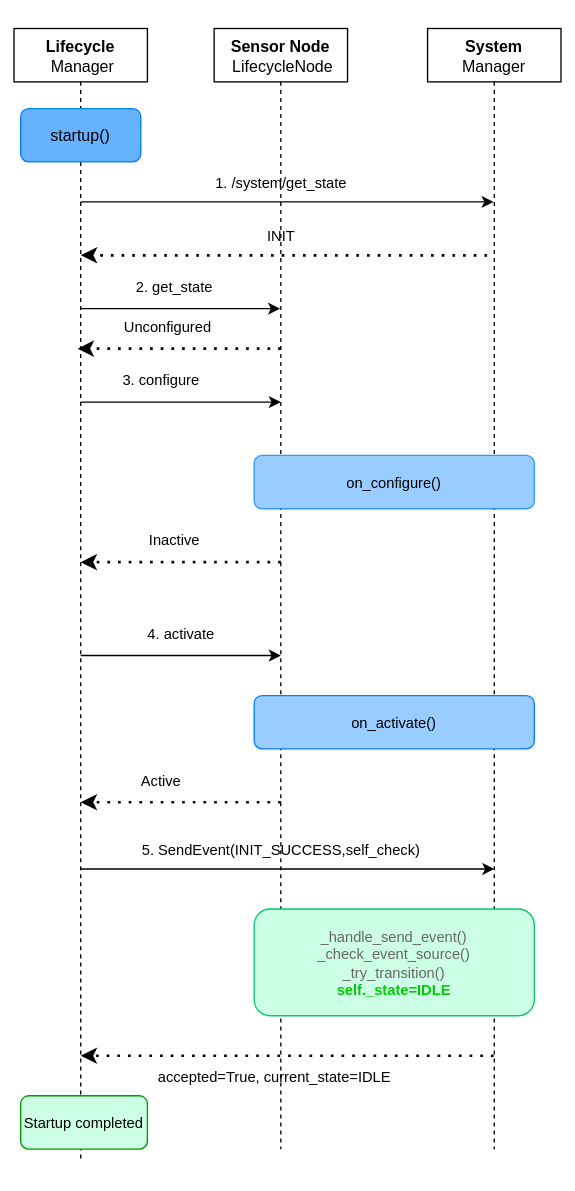
The draw.io diagram ROS2机器人基础框架/Step4-node.svg in HashWaney/ROS_Document, before a commit. Source tidied: cells renumbered, new cells last; positions are measured from the earlier drawing's top-left corner, leaving out a move shared by most shapes.
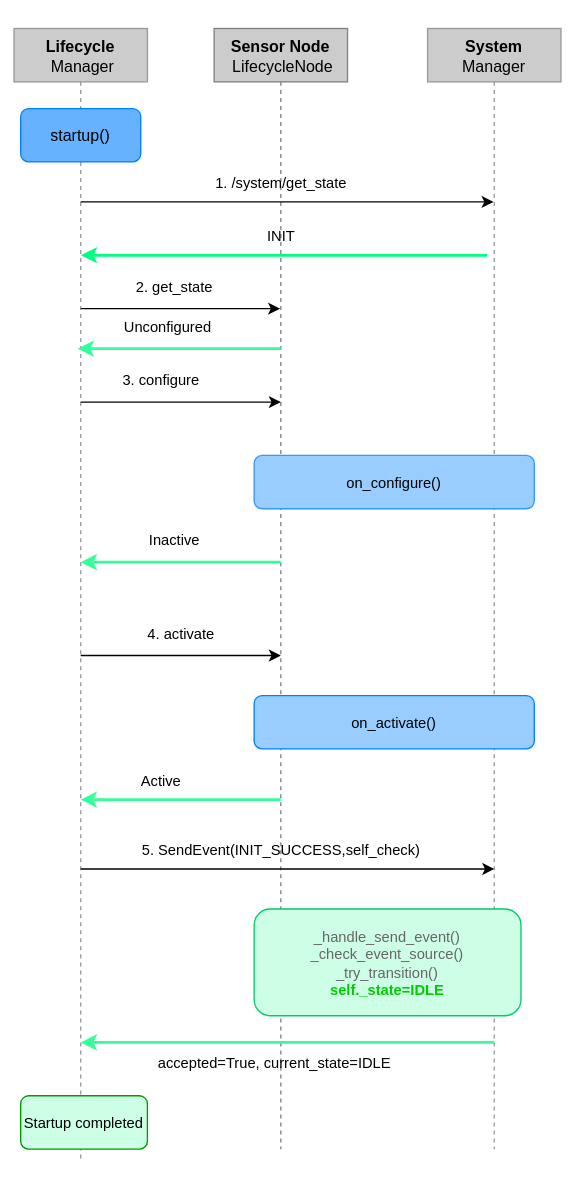
After the change.

Commit message:
vault backup: 2026-11-25 17:14:06

What changed in the source:
```diff
@@ -2,13 +2,13 @@
   <root>
     <mxCell id="0" />
     <mxCell id="1" parent="0" />
-    <mxCell id="2" value="&lt;b&gt;Lifecycle&lt;/b&gt;&lt;br&gt;&amp;nbsp;Manager" style="shape=umlLifeline;perimeter=lifelinePerimeter;whiteSpace=wrap;html=1;outlineConnect=0;portConstraint=eastwest;newEdgeStyle={&quot;curved&quot;:0,&quot;rounded&quot;:0};" parent="1" vertex="1">
+    <mxCell id="2" value="&lt;b&gt;Lifecycle&lt;/b&gt;&lt;br&gt;&amp;nbsp;Manager" style="shape=umlLifeline;perimeter=lifelinePerimeter;whiteSpace=wrap;html=1;outlineConnect=0;portConstraint=eastwest;newEdgeStyle={&quot;curved&quot;:0,&quot;rounded&quot;:0};fillColor=#CCCCCC;strokeColor=#999999;" parent="1" vertex="1">
       <mxGeometry width="100" height="850" as="geometry" />
     </mxCell>
-    <mxCell id="3" value="&lt;b&gt;Sensor Node&lt;/b&gt;&lt;br&gt;&amp;nbsp;LifecycleNode" style="shape=umlLifeline;perimeter=lifelinePerimeter;whiteSpace=wrap;html=1;outlineConnect=0;portConstraint=eastwest;newEdgeStyle={&quot;curved&quot;:0,&quot;rounded&quot;:0};" parent="1" vertex="1">
+    <mxCell id="3" value="&lt;b&gt;Sensor Node&lt;/b&gt;&lt;br&gt;&amp;nbsp;LifecycleNode" style="shape=umlLifeline;perimeter=lifelinePerimeter;whiteSpace=wrap;html=1;outlineConnect=0;portConstraint=eastwest;newEdgeStyle={&quot;curved&quot;:0,&quot;rounded&quot;:0};fillColor=#CCCCCC;strokeColor=#808080;" parent="1" vertex="1">
       <mxGeometry x="150" width="100" height="840" as="geometry" />
     </mxCell>
-    <mxCell id="4" value="&lt;b&gt;System&lt;/b&gt;&lt;br&gt;Manager" style="shape=umlLifeline;perimeter=lifelinePerimeter;whiteSpace=wrap;html=1;outlineConnect=0;portConstraint=eastwest;newEdgeStyle={&quot;curved&quot;:0,&quot;rounded&quot;:0};" parent="1" vertex="1">
+    <mxCell id="4" value="&lt;b&gt;System&lt;/b&gt;&lt;br&gt;Manager" style="shape=umlLifeline;perimeter=lifelinePerimeter;whiteSpace=wrap;html=1;outlineConnect=0;portConstraint=eastwest;newEdgeStyle={&quot;curved&quot;:0,&quot;rounded&quot;:0};fillColor=#CCCCCC;strokeColor=#999999;" parent="1" vertex="1">
       <mxGeometry x="310" width="100" height="840" as="geometry" />
     </mxCell>
     <mxCell id="5" value="startup()" style="rounded=1;whiteSpace=wrap;html=1;strokeColor=#007FFF;fillColor=#66B2FF;" parent="1" vertex="1">
@@ -19,7 +19,7 @@
         <mxPoint x="50" y="130" as="sourcePoint" />
       </mxGeometry>
     </mxCell>
-    <mxCell id="7" style="endArrow=classic;dashed=1;html=1;dashPattern=1 3;strokeWidth=2;" parent="1" edge="1" target="2">
+    <mxCell id="7" style="endArrow=classic;dashed=3;html=1;dashPattern=1 3;strokeWidth=2;strokeColor=#00FF80;" parent="1" edge="1" target="2">
       <mxGeometry relative="1" as="geometry">
         <mxPoint x="354.6" y="170" as="sourcePoint" />
       </mxGeometry>
@@ -40,7 +40,7 @@
     <mxCell id="11" value="1. /system/get_state" style="text;html=1;align=center;verticalAlign=middle;strokeColor=none;fillColor=none;fontSize=11;fontFamily=Helvetica;fontColor=default;" parent="1" vertex="1">
       <mxGeometry x="140" y="100" width="120" height="30" as="geometry" />
     </mxCell>
-    <mxCell id="12" style="endArrow=classic;dashed=1;html=1;dashPattern=1 3;strokeWidth=2;" parent="1" edge="1">
+    <mxCell id="12" style="endArrow=classic;dashed=2;html=1;dashPattern=1 3;strokeWidth=2;strokeColor=#33FF99;" parent="1" edge="1">
       <mxGeometry relative="1" as="geometry">
         <mxPoint x="200" y="240" as="sourcePoint" />
         <mxPoint x="47.7" y="240" as="targetPoint" />
@@ -64,7 +64,7 @@
     <mxCell id="16" value="on_configure()" style="rounded=1;whiteSpace=wrap;html=1;fontFamily=Helvetica;fontSize=11;fontColor=default;fillColor=#99CCFF;strokeColor=#3399FF;" parent="1" vertex="1">
       <mxGeometry x="180" y="320" width="210" height="40" as="geometry" />
     </mxCell>
-    <mxCell id="17" style="endArrow=classic;dashed=1;html=1;dashPattern=1 3;strokeWidth=2;" parent="1" edge="1">
+    <mxCell id="17" style="endArrow=classic;dashed=3;html=1;dashPattern=1 3;strokeWidth=2;strokeColor=#33FF99;" parent="1" edge="1">
       <mxGeometry relative="1" as="geometry">
         <mxPoint x="200" y="400" as="sourcePoint" />
         <mxPoint x="50" y="400" as="targetPoint" />
@@ -88,12 +88,6 @@
     <mxCell id="21" value="on_activate()" style="rounded=1;whiteSpace=wrap;html=1;fontFamily=Helvetica;fontSize=11;fontColor=default;fillColor=#99CCFF;strokeColor=#007FFF;" parent="1" vertex="1">
       <mxGeometry x="180" y="500" width="210" height="40" as="geometry" />
     </mxCell>
-    <mxCell id="22" style="endArrow=classic;dashed=1;html=1;dashPattern=1 3;strokeWidth=2;" parent="1" edge="1">
-      <mxGeometry relative="1" as="geometry">
-        <mxPoint x="200" y="580" as="sourcePoint" />
-        <mxPoint x="50" y="580" as="targetPoint" />
-      </mxGeometry>
-    </mxCell>
     <mxCell id="23" value="Active" style="text;html=1;align=center;verticalAlign=middle;strokeColor=none;fillColor=none;fontSize=11;fontFamily=Helvetica;fontColor=default;" parent="1" vertex="1">
       <mxGeometry x="85" y="548" width="50" height="30" as="geometry" />
     </mxCell>
@@ -107,18 +101,25 @@
       <mxGeometry x="85" y="600" width="230" height="30" as="geometry" />
     </mxCell>
     <mxCell id="26" value="&lt;font color=&quot;#666666&quot;&gt;_handle_send_event()&lt;br&gt;_check_event_source()&lt;br&gt;_try_transition()&lt;/font&gt;&lt;br&gt;&lt;b style=&quot;&quot;&gt;&lt;font color=&quot;#00cc00&quot;&gt;self._state=IDLE&lt;/font&gt;&lt;/b&gt;" style="rounded=1;whiteSpace=wrap;html=1;fontFamily=Helvetica;fontSize=11;fontColor=default;fillColor=#CCFFE6;strokeColor=#00CC66;" parent="1" vertex="1">
-      <mxGeometry x="180" y="660" width="210" height="80" as="geometry" />
+      <mxGeometry x="180" y="660" width="200" height="80" as="geometry" />
     </mxCell>
-    <mxCell id="27" style="endArrow=classic;dashed=1;html=1;dashPattern=1 3;strokeWidth=2;" parent="1" edge="1" source="4">
-      <mxGeometry relative="1" as="geometry">
-        <mxPoint x="50" y="770" as="targetPoint" />
-      </mxGeometry>
-    </mxCell>
     <mxCell id="28" value="accepted=True, current_state=IDLE" style="text;html=1;align=center;verticalAlign=middle;strokeColor=none;fillColor=none;fontSize=11;fontFamily=Helvetica;fontColor=default;" parent="1" vertex="1">
-      <mxGeometry x="95" y="770" width="200" height="30" as="geometry" />
+      <mxGeometry x="95" y="760" width="200" height="30" as="geometry" />
     </mxCell>
     <mxCell id="29" value="Startup completed" style="rounded=1;whiteSpace=wrap;html=1;fontFamily=Helvetica;fontSize=11;fontColor=default;fillColor=#CCFFE6;strokeColor=#009900;" parent="1" vertex="1">
       <mxGeometry x="5" y="800" width="95" height="40" as="geometry" />
     </mxCell>
+    <mxCell id="30" style="endArrow=classic;dashed=3;html=1;dashPattern=1 3;strokeWidth=2;strokeColor=#33FF99;" parent="1" edge="1">
+      <mxGeometry relative="1" as="geometry">
+        <mxPoint x="200" y="578" as="sourcePoint" />
+        <mxPoint x="50" y="578" as="targetPoint" />
+      </mxGeometry>
+    </mxCell>
+    <mxCell id="31" style="endArrow=classic;dashed=3;html=1;dashPattern=1 3;strokeWidth=2;strokeColor=#33FF99;" parent="1" edge="1">
+      <mxGeometry relative="1" as="geometry">
+        <mxPoint x="360" y="760" as="sourcePoint" />
+        <mxPoint x="50" y="760" as="targetPoint" />
+      </mxGeometry>
+    </mxCell>
   </root>
 </mxGraphModel>
```
